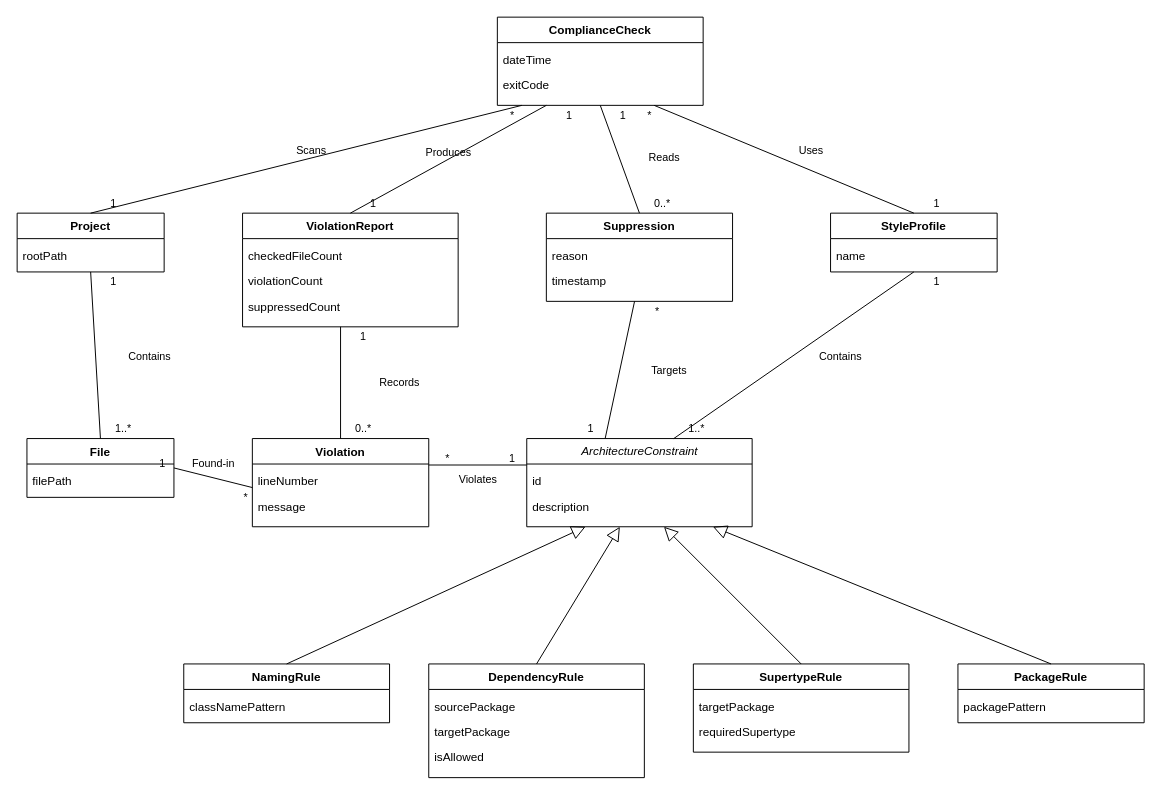
Before: hw/hw3/Domain class diagram.drawio in chun-wei0413/arch-checker, a draw.io diagram. Source tidied: cells renumbered, new cells numbered last; positions are measured from the earlier drawing's top-left corner, leaving out a move shared by most shapes. Both pictures are drawn from the tidied source at 98%, with x=0, y=0 at pixel (17, 17).
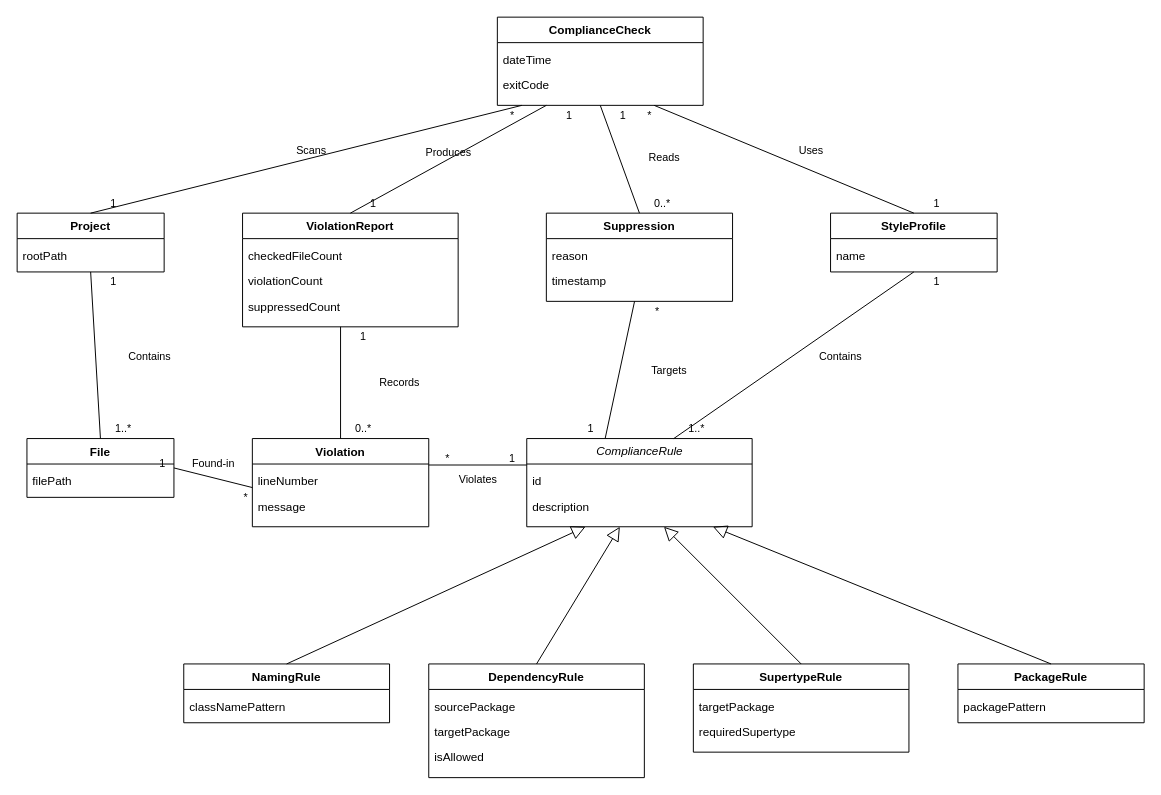
After the change.

Commit message (it also covers changes not shown here):
[Refactoring] Rename ArchitectureConstraint to ComplianceRule in HW3 / HW4 diagrams

Change to the diagram source:
```diff
@@
-    <mxCell id="21" value="&lt;i&gt;ArchitectureConstraint&lt;/i&gt;" style="swimlane;fontStyle=0;align=center;startSize=26;rounded=0;shadow=0;strokeWidth=1;swimlaneLine=1;html=1;" parent="1" vertex="1">
+    <mxCell id="21" value="&lt;i&gt;ComplianceRule&lt;/i&gt;" style="swimlane;fontStyle=0;align=center;startSize=26;rounded=0;shadow=0;strokeWidth=1;swimlaneLine=1;html=1;" parent="1" vertex="1">
       <mxGeometry x="520" y="430" width="230" height="90" as="geometry" />
     </mxCell>
```
